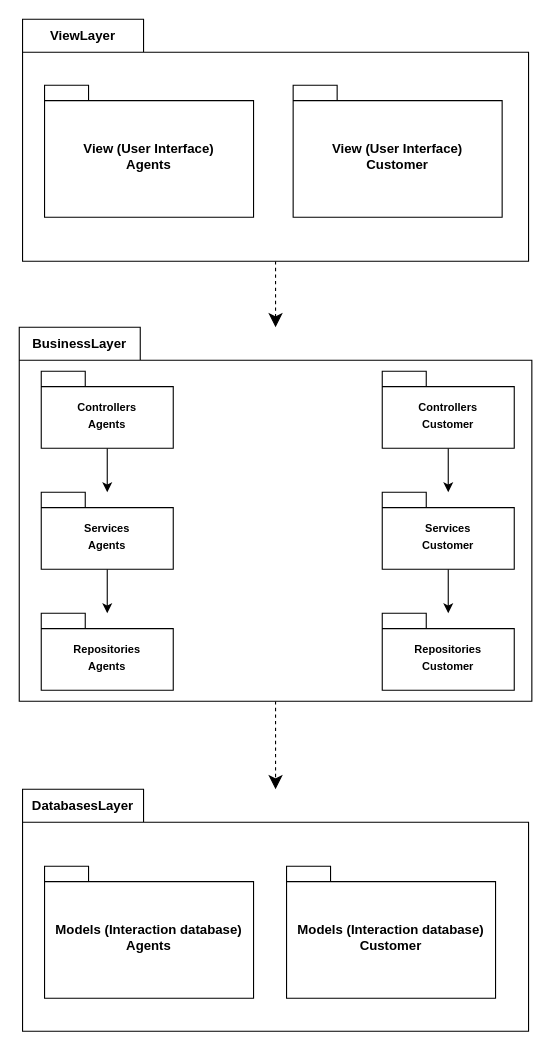
Earlier version of the draw.io diagram page "Pacote-v3" (7 of 7) of Projeto/Diagramas.drawio (ericdiniz/LDS-LAB02). Source tidied: cells renumbered, new cells numbered last; positions are measured from the earlier drawing's top-left corner, leaving out a move shared by most shapes. Both pictures are drawn from the tidied source at 110%, with x=0, y=0 at pixel (19, 19).
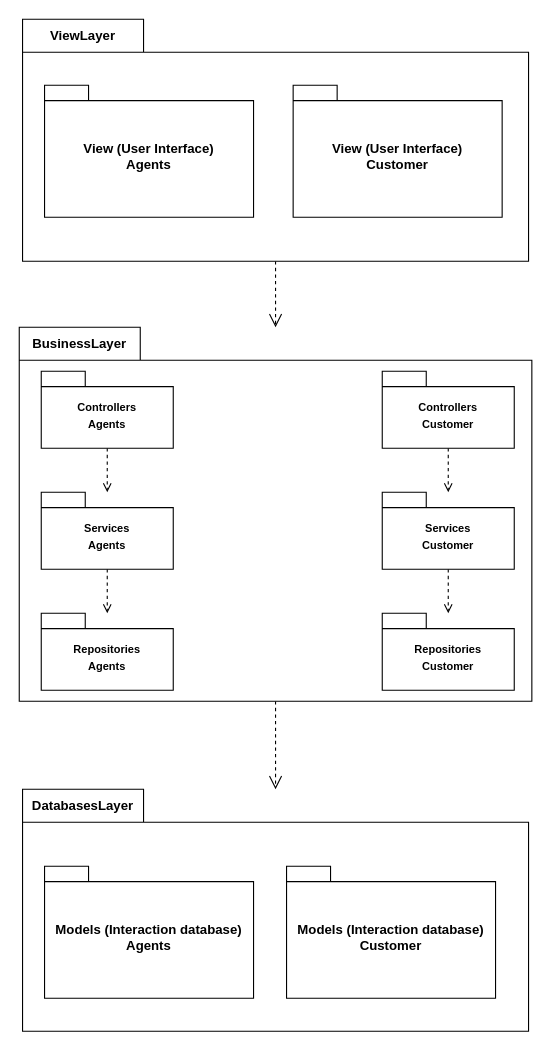
Above is the later version.

Unchanged cells that the change refers to:
```xml
<mxCell id="2" value="DatabasesLayer" style="shape=folder;fontStyle=1;tabWidth=110;tabHeight=30;tabPosition=left;html=1;boundedLbl=1;labelInHeader=1;whiteSpace=wrap;" parent="1" vertex="1">
  <mxGeometry x="3" y="700" width="460" height="220" as="geometry" />
</mxCell>
<mxCell id="6" value="BusinessLayer" style="shape=folder;fontStyle=1;tabWidth=110;tabHeight=30;tabPosition=left;html=1;boundedLbl=1;labelInHeader=1;whiteSpace=wrap;" parent="1" vertex="1">
  <mxGeometry y="280" width="466" height="340" as="geometry" />
</mxCell>
<mxCell id="7" value="&lt;font style=&quot;font-size: 10px;&quot;&gt;Repositories&lt;br&gt;Agents&lt;br&gt;&lt;/font&gt;" style="shape=folder;fontStyle=1;spacingTop=10;tabWidth=40;tabHeight=14;tabPosition=left;html=1;whiteSpace=wrap;" parent="6" vertex="1">
  <mxGeometry x="20" y="260" width="120" height="70" as="geometry" />
</mxCell>
<mxCell id="9" value="&lt;font style=&quot;font-size: 10px;&quot;&gt;Controllers&lt;br&gt;Agents&lt;br&gt;&lt;/font&gt;" style="shape=folder;fontStyle=1;spacingTop=10;tabWidth=40;tabHeight=14;tabPosition=left;html=1;whiteSpace=wrap;" parent="6" vertex="1">
  <mxGeometry x="20" y="40" width="120" height="70" as="geometry" />
</mxCell>
<mxCell id="11" value="&lt;font style=&quot;font-size: 10px;&quot;&gt;Services&lt;br&gt;Agents&lt;br&gt;&lt;/font&gt;" style="shape=folder;fontStyle=1;spacingTop=10;tabWidth=40;tabHeight=14;tabPosition=left;html=1;whiteSpace=wrap;" parent="6" vertex="1">
  <mxGeometry x="20" y="150" width="120" height="70" as="geometry" />
</mxCell>
<mxCell id="12" value="&lt;font style=&quot;font-size: 10px;&quot;&gt;Repositories&lt;br&gt;Customer&lt;br&gt;&lt;/font&gt;" style="shape=folder;fontStyle=1;spacingTop=10;tabWidth=40;tabHeight=14;tabPosition=left;html=1;whiteSpace=wrap;" parent="6" vertex="1">
  <mxGeometry x="330" y="260" width="120" height="70" as="geometry" />
</mxCell>
<mxCell id="14" value="&lt;font style=&quot;font-size: 10px;&quot;&gt;Controllers&lt;br&gt;Customer&lt;br&gt;&lt;/font&gt;" style="shape=folder;fontStyle=1;spacingTop=10;tabWidth=40;tabHeight=14;tabPosition=left;html=1;whiteSpace=wrap;" parent="6" vertex="1">
  <mxGeometry x="330" y="40" width="120" height="70" as="geometry" />
</mxCell>
<mxCell id="16" value="&lt;font style=&quot;font-size: 10px;&quot;&gt;Services&lt;br&gt;Customer&lt;br&gt;&lt;/font&gt;" style="shape=folder;fontStyle=1;spacingTop=10;tabWidth=40;tabHeight=14;tabPosition=left;html=1;whiteSpace=wrap;" parent="6" vertex="1">
  <mxGeometry x="330" y="150" width="120" height="70" as="geometry" />
</mxCell>
<mxCell id="18" value="ViewLayer" style="shape=folder;fontStyle=1;tabWidth=110;tabHeight=30;tabPosition=left;html=1;boundedLbl=1;labelInHeader=1;whiteSpace=wrap;" parent="1" vertex="1">
  <mxGeometry x="3" width="460" height="220" as="geometry" />
</mxCell>
```

What changed in the source:
```diff
@@
-    <mxCell id="5" style="edgeStyle=orthogonalEdgeStyle;rounded=0;jettySize=auto;html=1;endSize=10;startSize=10;dashed=1;endArrow=classic;endFill=1;" parent="1" edge="1" source="6" target="2">
+    <mxCell id="5" style="edgeStyle=orthogonalEdgeStyle;rounded=0;jettySize=auto;html=1;endSize=10;startSize=10;dashed=1;endArrow=open;endFill=0;" parent="1" edge="1" source="6" target="2">
       <mxGeometry relative="1" as="geometry" />
     </mxCell>
@@
-    <mxCell id="8" style="edgeStyle=none;html=1;fontSize=10;" parent="6" edge="1" source="9" target="11">
+    <mxCell id="8" style="edgeStyle=none;html=1;fontSize=10;dashed=1;endArrow=open;endFill=0;" parent="6" edge="1" source="9" target="11">
       <mxGeometry relative="1" as="geometry" />
     </mxCell>
@@
-    <mxCell id="10" style="edgeStyle=none;html=1;fontSize=10;" parent="6" edge="1" source="11" target="7">
+    <mxCell id="10" style="edgeStyle=none;html=1;fontSize=10;dashed=1;endArrow=open;endFill=0;" parent="6" edge="1" source="11" target="7">
       <mxGeometry relative="1" as="geometry" />
     </mxCell>
@@
-    <mxCell id="13" style="edgeStyle=none;html=1;fontSize=10;" parent="6" edge="1" source="14" target="16">
+    <mxCell id="13" style="edgeStyle=none;html=1;fontSize=10;dashed=1;endArrow=open;endFill=0;" parent="6" edge="1" source="14" target="16">
       <mxGeometry relative="1" as="geometry" />
     </mxCell>
@@
-    <mxCell id="15" style="edgeStyle=none;html=1;fontSize=10;" parent="6" edge="1" source="16" target="12">
+    <mxCell id="15" style="edgeStyle=none;html=1;fontSize=10;dashed=1;endArrow=open;endFill=0;" parent="6" edge="1" source="16" target="12">
       <mxGeometry relative="1" as="geometry" />
     </mxCell>
@@
-    <mxCell id="17" style="edgeStyle=orthogonalEdgeStyle;rounded=0;jettySize=auto;html=1;dashed=1;endSize=10;startSize=10;" parent="1" edge="1" source="18" target="6">
+    <mxCell id="17" style="edgeStyle=orthogonalEdgeStyle;rounded=0;jettySize=auto;html=1;dashed=1;endSize=10;startSize=10;endArrow=open;endFill=0;" parent="1" edge="1" source="18" target="6">
       <mxGeometry relative="1" as="geometry" />
     </mxCell>
```
